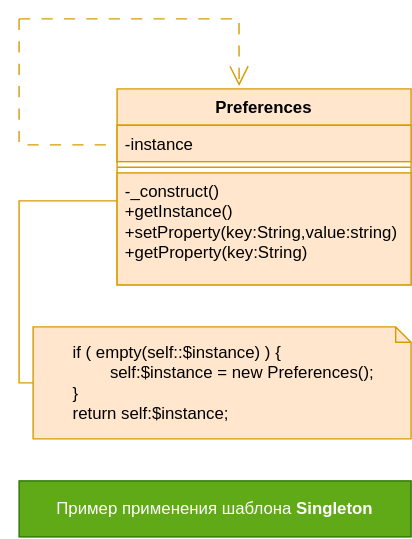
Earlier version of the draw.io export 058_singleton_pattern/singleton_pattern.svg (kurrurk/PHP-lessons). Source tidied: cells renumbered, new cells last; positions are measured from the earlier drawing's top-left corner, leaving out a move shared by most shapes.
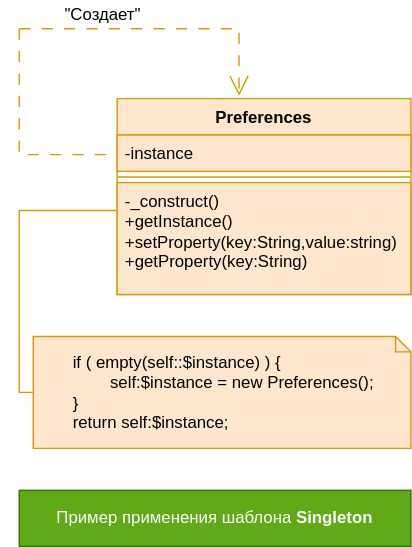
After the commit.

Commit message:
Lesson 058: Diagram fix

The edit, as a diff of the source:
```diff
@@ -43,5 +43,8 @@
         </Array>
       </mxGeometry>
     </mxCell>
+    <mxCell id="11" value="&quot;Создает&quot;" style="text;html=1;whiteSpace=wrap;strokeColor=none;fillColor=none;align=center;verticalAlign=middle;rounded=0;" parent="1" vertex="1">
+      <mxGeometry x="30" y="-20" width="60" height="20" as="geometry" />
+    </mxCell>
   </root>
 </mxGraphModel>
```
